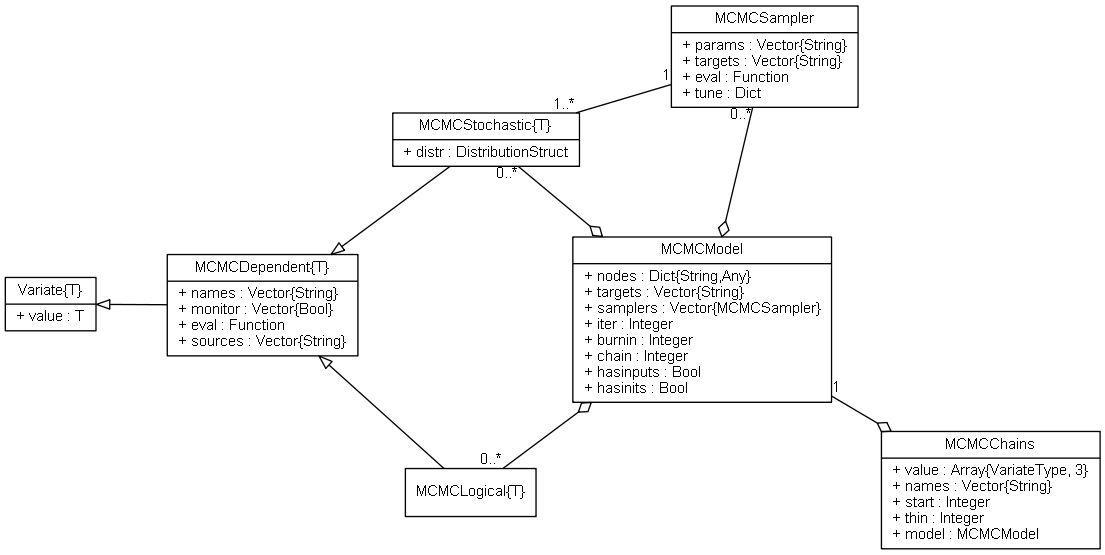
This is doc/images/mcmcUML.png from brian-j-smith/Mamba.jl, a Graphviz export, as it was before one commit. Its source is kept beside it as doc/images/mcmcUML.dot.
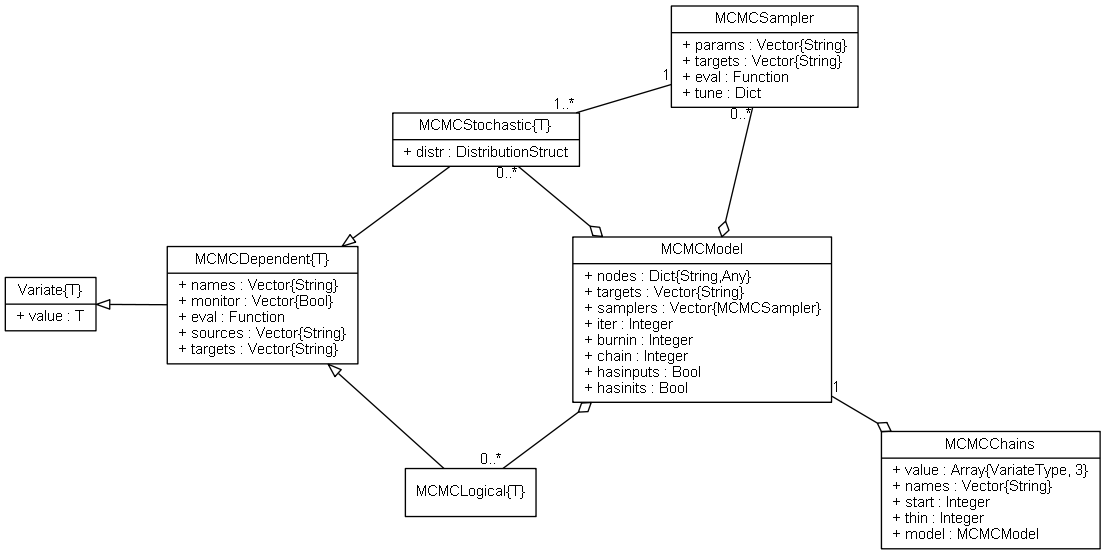
Later version of the same file.

Commit message:
Added targets fields to MCMCDependent types.

The edit, as a diff of the source:
```diff
@@ -10,7 +10,7 @@
 
 	Variate [label = "{Variate\{T\}|+ value : T\l}"]
 
-	MCMCDependent [label = "{MCMCDependent\{T\}|+ names : Vector\{String\}\l+ monitor : Vector\{Bool\}\l+ eval : Function\l+ sources : Vector\{String\}\l}"]
+	MCMCDependent [label = "{MCMCDependent\{T\}|+ names : Vector\{String\}\l+ monitor : Vector\{Bool\}\l+ eval : Function\l+ sources : Vector\{String\}\l+ targets : Vector\{String\}\l}"]
 
 	MCMCLogical [label = "{MCMCLogical\{T\}}"]
 
```
